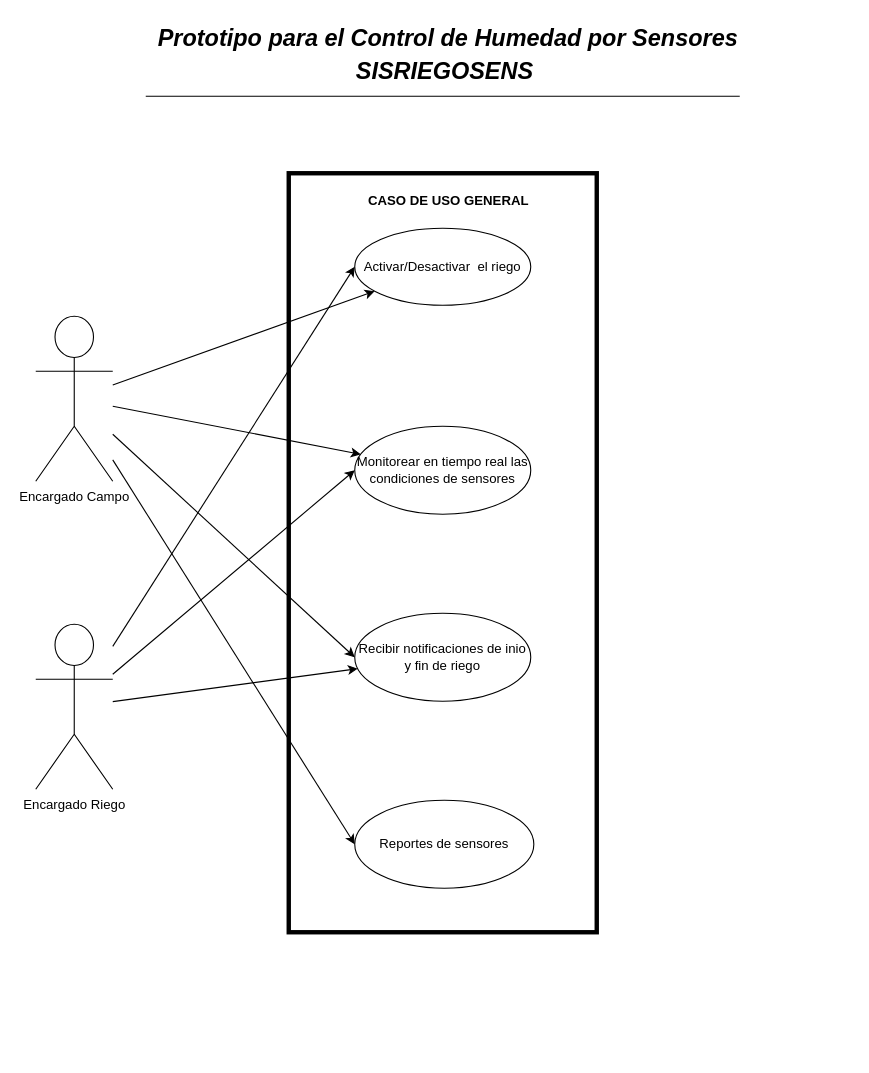
Gelo9033/Sistema_Riego keeps this draw.io diagram as page "Caso_General" (2 of 7) of Casos_Uso.drawio. Above is the earlier version. Source tidied: cells renumbered, new cells numbered last; positions are measured from the earlier drawing's top-left corner, leaving out a move shared by most shapes. Both pictures are drawn from the tidied source at 110%, with x=0, y=0 at pixel (35, 19).
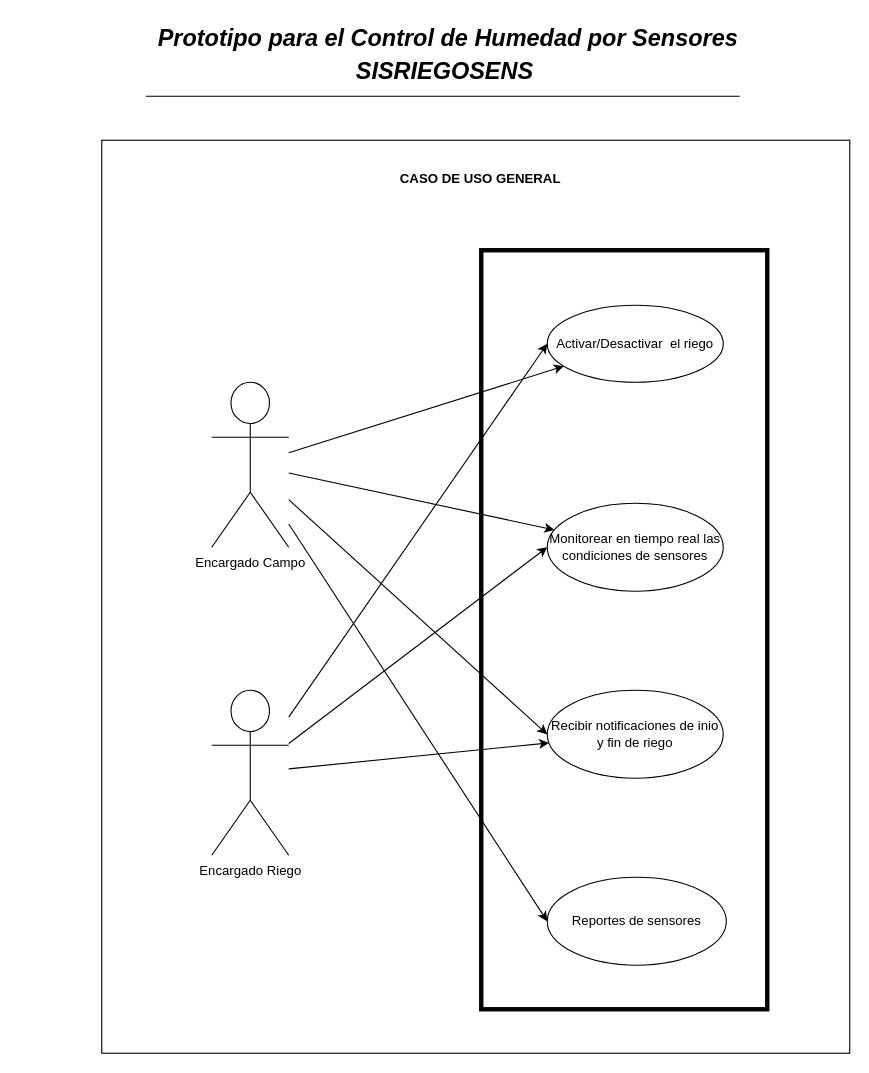
The same diagram, later.

The edit, as a diff of the source:
```diff
@@
-    <mxCell id="5" style="whiteSpace=wrap;html=1;fillStyle=hatch;fillColor=none;strokeWidth=4;" parent="1" vertex="1">
-      <mxGeometry x="230" y="140" width="280" height="690" as="geometry" />
-    </mxCell>
+    <mxCell id="20" style="group;" parent="1" vertex="1">
+      <mxGeometry x="60" y="110" width="680" height="830" as="geometry" />
+    </mxCell>
+    <mxCell id="21" style="whiteSpace=wrap;html=1;fillColor=none;" parent="20" vertex="1">
+      <mxGeometry width="680" height="830" as="geometry" />
+    </mxCell>
-    <mxCell id="6" value="&lt;b&gt;CASO DE USO GENERAL&lt;/b&gt;" style="text;html=1;align=center;verticalAlign=middle;whiteSpace=wrap;rounded=0;" parent="1" vertex="1">
-      <mxGeometry x="293" y="150" width="165" height="30" as="geometry" />
+    <mxCell id="6" value="&lt;b&gt;CASO DE USO GENERAL&lt;/b&gt;" style="text;html=1;align=center;verticalAlign=middle;whiteSpace=wrap;rounded=0;" parent="20" vertex="1">
+      <mxGeometry x="262" y="20" width="165" height="30" as="geometry" />
     </mxCell>
-    <mxCell id="7" value="Activar/Desactivar&amp;nbsp; el riego" style="ellipse;whiteSpace=wrap;html=1;" parent="1" vertex="1">
-      <mxGeometry x="290" y="190" width="160" height="70" as="geometry" />
-    </mxCell>
-    <mxCell id="8" value="Monitorear en tiempo real las condiciones de sensores" style="ellipse;whiteSpace=wrap;html=1;" parent="1" vertex="1">
-      <mxGeometry x="290" y="370" width="160" height="80" as="geometry" />
-    </mxCell>
-    <mxCell id="9" value="Recibir notificaciones de inio y fin de riego" style="ellipse;whiteSpace=wrap;html=1;" parent="1" vertex="1">
-      <mxGeometry x="290" y="540" width="160" height="80" as="geometry" />
-    </mxCell>
-    <mxCell id="10" value="Reportes de sensores" style="ellipse;whiteSpace=wrap;html=1;" parent="1" vertex="1">
-      <mxGeometry x="290" y="710" width="162.8" height="80" as="geometry" />
-    </mxCell>
-    <mxCell id="11" style="rounded=0;jettySize=auto;html=1;" parent="1" edge="1" source="15" target="7">
+    <mxCell id="11" style="rounded=0;jettySize=auto;html=1;" parent="20" edge="1" source="15" target="7">
       <mxGeometry relative="1" as="geometry" />
     </mxCell>
-    <mxCell id="12" style="rounded=0;jettySize=auto;html=1;" parent="1" edge="1" source="15" target="8">
+    <mxCell id="12" style="rounded=0;jettySize=auto;html=1;" parent="20" edge="1" source="15" target="8">
       <mxGeometry relative="1" as="geometry" />
     </mxCell>
-    <mxCell id="13" style="rounded=0;jettySize=auto;html=1;entryX=0;entryY=0.5;entryDx=0;entryDy=0;" parent="1" edge="1" source="15" target="9">
+    <mxCell id="13" style="rounded=0;jettySize=auto;html=1;entryX=0;entryY=0.5;entryDx=0;entryDy=0;" parent="20" edge="1" source="15" target="9">
       <mxGeometry relative="1" as="geometry" />
     </mxCell>
-    <mxCell id="14" style="rounded=0;jettySize=auto;html=1;entryX=0;entryY=0.5;entryDx=0;entryDy=0;" parent="1" edge="1" source="15" target="10">
+    <mxCell id="14" style="rounded=0;jettySize=auto;html=1;entryX=0;entryY=0.5;entryDx=0;entryDy=0;" parent="20" edge="1" source="15" target="10">
       <mxGeometry relative="1" as="geometry" />
     </mxCell>
-    <mxCell id="15" value="Encargado Campo" style="shape=umlActor;verticalLabelPosition=bottom;verticalAlign=top;html=1;outlineConnect=0;" parent="1" vertex="1">
-      <mxGeometry y="270" width="70" height="150" as="geometry" />
+    <mxCell id="15" value="Encargado Campo" style="shape=umlActor;verticalLabelPosition=bottom;verticalAlign=top;html=1;outlineConnect=0;" parent="20" vertex="1">
+      <mxGeometry x="100" y="220" width="70" height="150" as="geometry" />
     </mxCell>
-    <mxCell id="16" style="rounded=0;jettySize=auto;html=1;" parent="1" edge="1" source="19" target="9">
+    <mxCell id="16" style="rounded=0;jettySize=auto;html=1;" parent="20" edge="1" source="19" target="9">
       <mxGeometry relative="1" as="geometry" />
     </mxCell>
-    <mxCell id="17" style="rounded=0;jettySize=auto;html=1;entryX=0;entryY=0.5;entryDx=0;entryDy=0;" parent="1" edge="1" source="19" target="8">
+    <mxCell id="17" style="rounded=0;jettySize=auto;html=1;entryX=0;entryY=0.5;entryDx=0;entryDy=0;" parent="20" edge="1" source="19" target="8">
       <mxGeometry relative="1" as="geometry" />
     </mxCell>
-    <mxCell id="18" style="rounded=0;jettySize=auto;html=1;entryX=0;entryY=0.5;entryDx=0;entryDy=0;" parent="1" edge="1" source="19" target="7">
+    <mxCell id="18" style="rounded=0;jettySize=auto;html=1;entryX=0;entryY=0.5;entryDx=0;entryDy=0;" parent="20" edge="1" source="19" target="7">
       <mxGeometry relative="1" as="geometry" />
     </mxCell>
-    <mxCell id="19" value="Encargado Riego" style="shape=umlActor;verticalLabelPosition=bottom;verticalAlign=top;html=1;outlineConnect=0;" parent="1" vertex="1">
-      <mxGeometry y="550" width="70" height="150" as="geometry" />
+    <mxCell id="19" value="Encargado Riego" style="shape=umlActor;verticalLabelPosition=bottom;verticalAlign=top;html=1;outlineConnect=0;" parent="20" vertex="1">
+      <mxGeometry x="100" y="500" width="70" height="150" as="geometry" />
     </mxCell>
+    <mxCell id="22" style="group;" parent="20" vertex="1">
+      <mxGeometry x="345" y="100" width="260" height="690" as="geometry" />
+    </mxCell>
+    <mxCell id="5" style="whiteSpace=wrap;html=1;fillStyle=hatch;fillColor=none;strokeWidth=4;" parent="22" vertex="1">
+      <mxGeometry width="260" height="690" as="geometry" />
+    </mxCell>
+    <mxCell id="7" value="Activar/Desactivar&amp;nbsp; el riego" style="ellipse;whiteSpace=wrap;html=1;" parent="22" vertex="1">
+      <mxGeometry x="60" y="50" width="160" height="70" as="geometry" />
+    </mxCell>
+    <mxCell id="8" value="Monitorear en tiempo real las condiciones de sensores" style="ellipse;whiteSpace=wrap;html=1;" parent="22" vertex="1">
+      <mxGeometry x="60" y="230" width="160" height="80" as="geometry" />
+    </mxCell>
+    <mxCell id="9" value="Recibir notificaciones de inio y fin de riego" style="ellipse;whiteSpace=wrap;html=1;" parent="22" vertex="1">
+      <mxGeometry x="60" y="400" width="160" height="80" as="geometry" />
+    </mxCell>
+    <mxCell id="10" value="Reportes de sensores" style="ellipse;whiteSpace=wrap;html=1;" parent="22" vertex="1">
+      <mxGeometry x="60" y="570" width="162.8" height="80" as="geometry" />
+    </mxCell>
```
